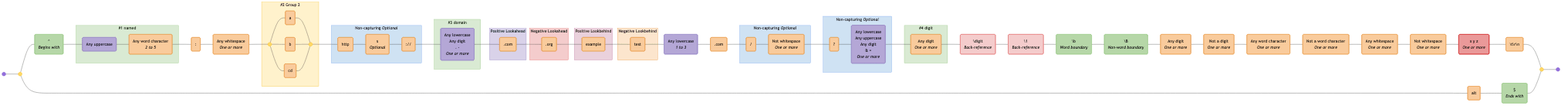
Earlier version of the Mermaid export diagrams/comprehensive.mermaid-diagram.png (tayles/regex-to-mermaid). Its source is kept beside it as diagrams/comprehensive.mermaid.
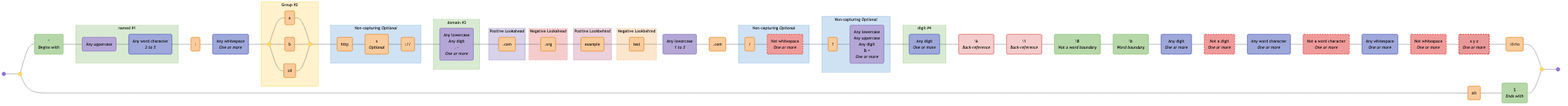
The same diagram one commit later.

The edit, as a diff of the source:
```diff
@@ -1,6 +1,6 @@
 graph LR
   accTitle: "Regex: ^(?<named>[A-Z]\\w{2,5}):\\s+(a|b|cd)(?:https?:\\/\\/)?(?<domain>[a-z0-9.-]+)(?=\\.com)(?!\\.org)(?<=example)(?<!test)[a-z]{1,3}\\.com(?:\\/\\S+)?(?:\\?[a-zA-Z0-9&=]+)?(?<digit>\\d+)\\k<digit>\\1\\b\\B\\d+\\D+\\w+\\W+\\s+\\S+[^xyz]+\\t\\r\\n|alt$"
-  accDescr: "Generated with regex-to-mermaid@1.0.4"
+  accDescr: "Generated with regex-to-mermaid@2.0.0"
 
   start@{ shape: f-circ };
   fin@{ shape: f-circ };
@@ -8,157 +8,159 @@
   disjunction_end_1:::disjunction@{ shape: f-circ };
   assertion_1("^<br><i>Begins with</i>"):::assertion;
   char_class_1("Any uppercase"):::char-class;
-  literal_1("Any word character<br><i>2 to 5</i>"):::literal;
-  literal_2(":"):::literal;
-  literal_3("Any whitespace<br><i>One or more</i>"):::literal;
+  char_set_1("Any word character<br><i>2 to 5</i>"):::char-set;
+  literal_1(":"):::literal;
+  char_set_2("Any whitespace<br><i>One or more</i>"):::char-set;
   disjunction_begin_2:::disjunction@{ shape: f-circ };
   disjunction_end_2:::disjunction@{ shape: f-circ };
-  literal_4("a"):::literal;
-  literal_5("b"):::literal;
-  literal_6("cd"):::literal;
-  literal_7("http"):::literal;
-  literal_8("s<br><i>Optional</i>"):::literal;
-  literal_9("://"):::literal;
+  literal_2("a"):::literal;
+  literal_3("b"):::literal;
+  literal_4("cd"):::literal;
+  literal_5("http"):::literal;
+  literal_6("s<br><i>Optional</i>"):::literal;
+  literal_7(":\/\/"):::literal;
   char_class_2("Any lowercase<br>Any digit<br>. -<br><i>One or more</i>"):::char-class;
-  literal_10(".com"):::literal;
-  literal_11(".org"):::literal;
-  literal_12("example"):::literal;
-  literal_13("test"):::literal;
+  literal_8("\.com"):::literal;
+  literal_9("\.org"):::literal;
+  literal_10("example"):::literal;
+  literal_11("test"):::literal;
   char_class_3("Any lowercase<br><i>1 to 3</i>"):::char-class;
-  literal_14(".com"):::literal;
-  literal_15("/"):::literal;
-  literal_16("Not whitespace<br><i>One or more</i>"):::literal;
-  literal_17("?"):::literal;
+  literal_12("\.com"):::literal;
+  literal_13("\/"):::literal;
+  char_set_3("Not whitespace<br><i>One or more</i>"):::negated-char-set;
+  literal_14("\?"):::literal;
   char_class_4("Any lowercase<br>Any uppercase<br>Any digit<br>& =<br><i>One or more</i>"):::char-class;
-  literal_18("Any digit<br><i>One or more</i>"):::literal;
-  back_reference_1("\digit<br><i>Back-reference</i>"):::back-reference;
-  back_reference_2("\1<br><i>Back-reference</i>"):::back-reference;
-  assertion_2("\b<br><i>Word boundary</i>"):::assertion;
-  assertion_3("\B<br><i>Non-word boundary</i>"):::assertion;
-  literal_19("Any digit<br><i>One or more</i>"):::literal;
-  literal_20("Not a digit<br><i>One or more</i>"):::literal;
-  literal_21("Any word character<br><i>One or more</i>"):::literal;
-  literal_22("Not a word character<br><i>One or more</i>"):::literal;
-  literal_23("Any whitespace<br><i>One or more</i>"):::literal;
-  literal_24("Not whitespace<br><i>One or more</i>"):::literal;
-  negated_char_class_1("x y z<br><i>One or more</i>"):::negated-char-class;
-  literal_25("\t\r\n"):::literal;
-  literal_26("alt"):::literal;
+  char_set_4("Any digit<br><i>One or more</i>"):::char-set;
+  back_reference_1("\\k<digit><br><i>Back-reference</i>"):::back-reference;
+  back_reference_2("\\1<br><i>Back-reference</i>"):::back-reference;
+  assertion_2("\B<br><i>Not a word boundary</i>"):::assertion;
+  assertion_3("\b<br><i>Word boundary</i>"):::assertion;
+  char_set_5("Any digit<br><i>One or more</i>"):::char-set;
+  char_set_6("Not a digit<br><i>One or more</i>"):::negated-char-set;
+  char_set_7("Any word character<br><i>One or more</i>"):::char-set;
+  char_set_8("Not a word character<br><i>One or more</i>"):::negated-char-set;
+  char_set_9("Any whitespace<br><i>One or more</i>"):::char-set;
+  char_set_10("Not whitespace<br><i>One or more</i>"):::negated-char-set;
+  char_class_5("x y z<br><i>One or more</i>"):::negated-char-class;
+  literal_15("\t\r\n"):::literal;
+  literal_16("alt"):::literal;
   assertion_4("$<br><i>Ends with</i>"):::assertion;
 
-  subgraph named_capture_1 ["#1 named"]
+  subgraph named_capture_1 ["named #1"]
     char_class_1
-    literal_1
+    char_set_1
   end
 
-  subgraph standard_1 ["#2 Group 2"]
+  subgraph standard_1 ["Group #2"]
     disjunction_begin_2
     disjunction_end_2
+    literal_2
+    literal_3
     literal_4
-    literal_5
-    literal_6
   end
 
   subgraph non_capturing_1 ["Non-capturing <i>Optional</i>"]
+    literal_5
+    literal_6
     literal_7
-    literal_8
-    literal_9
   end
 
-  subgraph named_capture_2 ["#3 domain"]
+  subgraph named_capture_2 ["domain #3"]
     char_class_2
   end
 
   subgraph positive_lookahead_1 ["Positive Lookahead"]
+    literal_8
+  end
+
+  subgraph negative_lookahead_1 ["Negative Lookahead"]
+    literal_9
+  end
+
+  subgraph positive_lookbehind_1 ["Positive Lookbehind"]
     literal_10
   end
 
-  subgraph negative_lookahead_1 ["Negative Lookahead"]
+  subgraph negative_lookbehind_1 ["Negative Lookbehind"]
     literal_11
   end
 
-  subgraph positive_lookbehind_1 ["Positive Lookbehind"]
-    literal_12
-  end
-
-  subgraph negative_lookbehind_1 ["Negative Lookbehind"]
+  subgraph non_capturing_2 ["Non-capturing <i>Optional</i>"]
     literal_13
-  end
-
-  subgraph non_capturing_2 ["Non-capturing <i>Optional</i>"]
-    literal_15
-    literal_16
+    char_set_3
   end
 
   subgraph non_capturing_3 ["Non-capturing <i>Optional</i>"]
-    literal_17
+    literal_14
     char_class_4
   end
 
-  subgraph named_capture_3 ["#4 digit"]
-    literal_18
+  subgraph named_capture_3 ["digit #4"]
+    char_set_4
   end
 
   start --- disjunction_begin_1;
   disjunction_begin_1 --- assertion_1;
   assertion_1 --- char_class_1;
-  char_class_1 --- literal_1;
-  literal_1 --- literal_2;
-  literal_2 --- literal_3;
-  literal_3 --- disjunction_begin_2;
+  char_class_1 --- char_set_1;
+  char_set_1 --- literal_1;
+  literal_1 --- char_set_2;
+  char_set_2 --- disjunction_begin_2;
+  disjunction_begin_2 --- literal_2;
+  literal_2 --- disjunction_end_2;
+  disjunction_begin_2 --- literal_3;
+  literal_3 --- disjunction_end_2;
   disjunction_begin_2 --- literal_4;
   literal_4 --- disjunction_end_2;
-  disjunction_begin_2 --- literal_5;
-  literal_5 --- disjunction_end_2;
-  disjunction_begin_2 --- literal_6;
-  literal_6 --- disjunction_end_2;
-  disjunction_end_2 --- literal_7;
-  literal_7 --- literal_8;
+  disjunction_end_2 --- literal_5;
+  literal_5 --- literal_6;
+  literal_6 --- literal_7;
+  literal_7 --- char_class_2;
+  char_class_2 --- literal_8;
   literal_8 --- literal_9;
-  literal_9 --- char_class_2;
-  char_class_2 --- literal_10;
+  literal_9 --- literal_10;
   literal_10 --- literal_11;
-  literal_11 --- literal_12;
+  literal_11 --- char_class_3;
+  char_class_3 --- literal_12;
   literal_12 --- literal_13;
-  literal_13 --- char_class_3;
-  char_class_3 --- literal_14;
-  literal_14 --- literal_15;
-  literal_15 --- literal_16;
-  literal_16 --- literal_17;
-  literal_17 --- char_class_4;
-  char_class_4 --- literal_18;
-  literal_18 --- back_reference_1;
+  literal_13 --- char_set_3;
+  char_set_3 --- literal_14;
+  literal_14 --- char_class_4;
+  char_class_4 --- char_set_4;
+  char_set_4 --- back_reference_1;
   back_reference_1 --- back_reference_2;
   back_reference_2 --- assertion_2;
   assertion_2 --- assertion_3;
-  assertion_3 --- literal_19;
-  literal_19 --- literal_20;
-  literal_20 --- literal_21;
-  literal_21 --- literal_22;
-  literal_22 --- literal_23;
-  literal_23 --- literal_24;
-  literal_24 --- negated_char_class_1;
-  negated_char_class_1 --- literal_25;
-  literal_25 --- disjunction_end_1;
-  disjunction_begin_1 --- literal_26;
-  literal_26 --- assertion_4;
+  assertion_3 --- char_set_5;
+  char_set_5 --- char_set_6;
+  char_set_6 --- char_set_7;
+  char_set_7 --- char_set_8;
+  char_set_8 --- char_set_9;
+  char_set_9 --- char_set_10;
+  char_set_10 --- char_class_5;
+  char_class_5 --- literal_15;
+  literal_15 --- disjunction_end_1;
+  disjunction_begin_1 --- literal_16;
+  literal_16 --- assertion_4;
   assertion_4 --- disjunction_end_1;
   disjunction_end_1 --- fin;
 
   classDef disjunction fill:#FFD966,stroke:#F1C232,color:#000000;
   classDef assertion fill:#B6D7A8,stroke:#93C47D,color:#000000;
   classDef char-class fill:#B4A7D6,stroke:#8E7CC3,color:#000000;
+  classDef char-set fill:#9FA8DA,stroke:#5C6BC0,color:#000000;
   classDef literal fill:#F9CB9C,stroke:#E69138,color:#000000;
+  classDef negated-char-set fill:#EF9A9A,stroke:#E53935,color:#000000,stroke-dasharray: 5 5;
   classDef back-reference fill:#F4CCCC,stroke:#E06666,color:#000000;
-  classDef negated-char-class fill:#EA9999,stroke:#CC0000,color:#000000;
+  classDef negated-char-class fill:#EA9999,stroke:#CC0000,color:#000000,stroke-dasharray: 5 5;
 
   classDef named-capture fill:#D9EAD3,stroke:#93C47D,color:#000000;
   classDef standard fill:#FFF2CC,stroke:#F1C232,color:#000000;
   classDef non-capturing fill:#CFE2F3,stroke:#6D9EEB,color:#000000;
   classDef positive-lookahead fill:#D9D2E9,stroke:#8E7CC3,color:#000000;
-  classDef negative-lookahead fill:#F4CCCC,stroke:#E06666,color:#000000;
+  classDef negative-lookahead fill:#F4CCCC,stroke:#E06666,color:#000000,stroke-dasharray: 5 5;
   classDef positive-lookbehind fill:#EAD1DC,stroke:#C27BA0,color:#000000;
-  classDef negative-lookbehind fill:#FCE5CD,stroke:#E69138,color:#000000;
+  classDef negative-lookbehind fill:#FCE5CD,stroke:#E69138,color:#000000,stroke-dasharray: 5 5;
 
   class named_capture_1,named_capture_2,named_capture_3 named-capture;
   class standard_1 standard;
```
